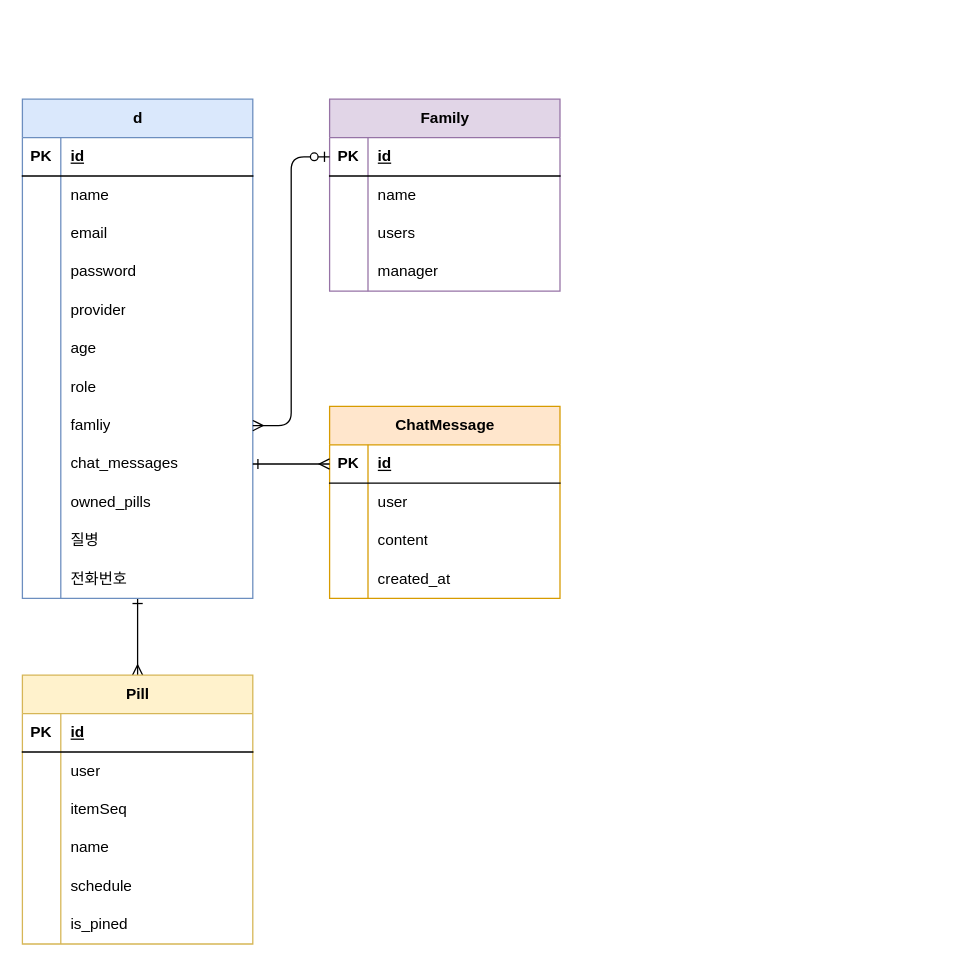
ssu-unithon/Pillink-Backend keeps this draw.io diagram as page "페이지-1" (1 of 3) of ERD.drawio. Above is the earlier version. Source tidied: cells renumbered, new cells numbered last; positions are measured from the earlier drawing's top-left corner, leaving out a move shared by most shapes. Both pictures are drawn from the tidied source at 128%, with x=0, y=0 at pixel (22, 99).
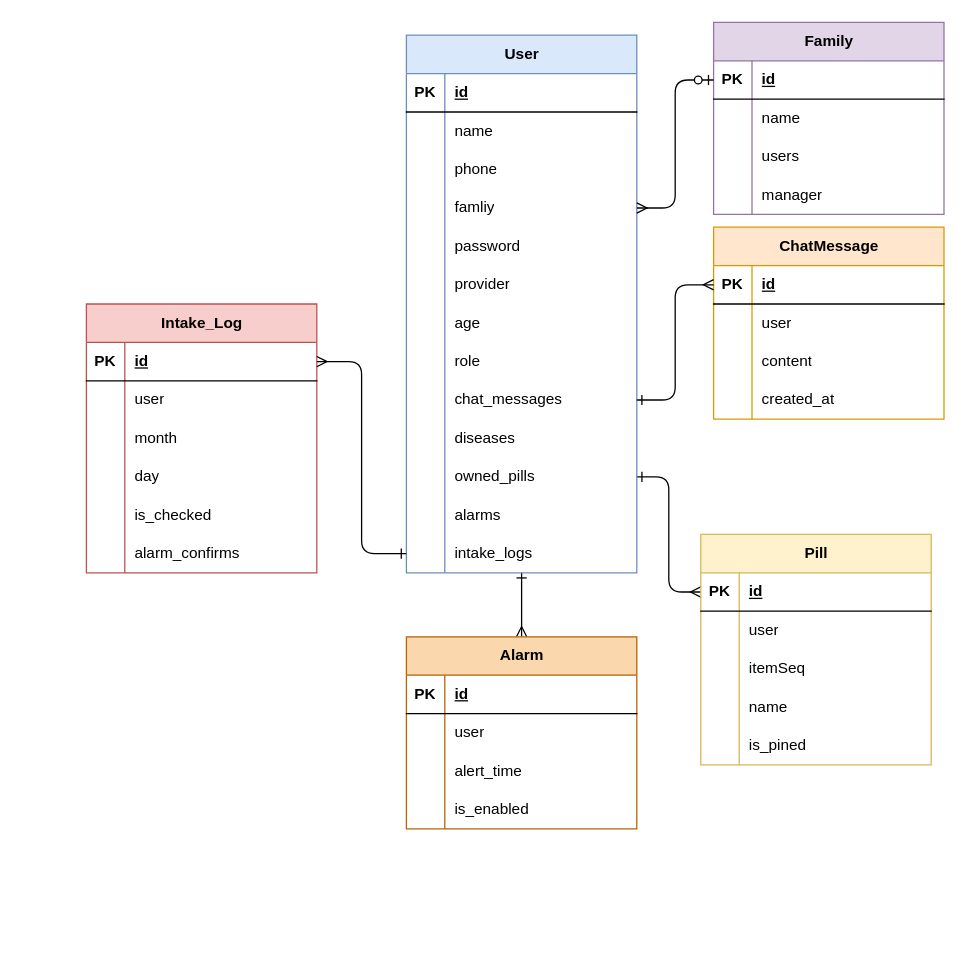
The same diagram, later.

Unchanged cells that the change refers to:
```xml
<mxCell id="10" style="shape=tableRow;horizontal=0;startSize=0;swimlaneHead=0;swimlaneBody=0;fillColor=none;top=0;left=0;right=0;bottom=0;labelBackgroundColor=none;rounded=0;" parent="3" vertex="1">
  <mxGeometry y="90" width="180" height="30" as="geometry" />
</mxCell>
<mxCell id="37" style="shape=tableRow;horizontal=0;startSize=0;swimlaneHead=0;swimlaneBody=0;fillColor=none;top=0;left=0;right=0;bottom=0;labelBackgroundColor=none;rounded=0;" parent="3" vertex="1">
  <mxGeometry y="360" width="180" height="30" as="geometry" />
</mxCell>
<mxCell id="41" style="shape=tableRow;horizontal=0;startSize=0;swimlaneHead=0;swimlaneBody=0;fillColor=none;points=[[0,0.5],[1,0.5]];portConstraint=eastwest;top=0;left=0;right=0;bottom=1;labelBackgroundColor=none;rounded=0;" parent="40" vertex="1">
  <mxGeometry y="30" width="180" height="30" as="geometry" />
</mxCell>
```

The edit, as a diff of the source:
```diff
@@
-    <mxCell id="2" style="edgeStyle=orthogonalEdgeStyle;jettySize=auto;html=1;exitX=0.5;exitY=1;exitDx=0;exitDy=0;entryX=0.5;entryY=0;entryDx=0;entryDy=0;fontColor=default;startArrow=ERone;startFill=0;endArrow=ERmany;endFill=0;labelBackgroundColor=none;" parent="1" edge="1" source="3" target="40">
+    <mxCell id="2" style="edgeStyle=orthogonalEdgeStyle;jettySize=auto;html=1;exitX=1;exitY=0.5;exitDx=0;exitDy=0;entryX=0;entryY=0.5;entryDx=0;entryDy=0;fontColor=default;startArrow=ERone;startFill=0;endArrow=ERmany;endFill=0;labelBackgroundColor=none;" parent="1" edge="1" source="31" target="41">
       <mxGeometry relative="1" as="geometry" />
     </mxCell>
+    <mxCell id="87" style="edgeStyle=orthogonalEdgeStyle;rounded=0;jettySize=auto;html=1;entryX=0.5;entryY=0;entryDx=0;entryDy=0;startArrow=ERone;startFill=0;endArrow=ERmany;endFill=0;" parent="1" edge="1" source="3" target="90">
+      <mxGeometry relative="1" as="geometry" />
+    </mxCell>
-    <mxCell id="3" value="d" style="shape=table;startSize=30;childLayout=tableLayout;rowLines=0;fontStyle=1;align=center;html=1;labelBackgroundColor=none;rounded=0;fillColor=#dae8fc;strokeColor=#6c8ebf;" parent="1" vertex="1">
-      <mxGeometry width="180" height="390" as="geometry" />
+    <mxCell id="3" value="User" style="shape=table;startSize=30;childLayout=tableLayout;rowLines=0;fontStyle=1;align=center;html=1;labelBackgroundColor=none;rounded=0;fillColor=#dae8fc;strokeColor=#6c8ebf;" parent="1" vertex="1">
+      <mxGeometry x="300" y="-50" width="180" height="420" as="geometry" />
     </mxCell>
@@
-    <mxCell id="12" value="email" style="shape=partialRectangle;fillColor=none;top=0;left=0;bottom=0;right=0;align=left;spacingLeft=6;overflow=hidden;whiteSpace=wrap;html=1;labelBackgroundColor=none;rounded=0;" parent="10" vertex="1">
+    <mxCell id="12" value="phone" style="shape=partialRectangle;fillColor=none;top=0;left=0;bottom=0;right=0;align=left;spacingLeft=6;overflow=hidden;whiteSpace=wrap;html=1;labelBackgroundColor=none;rounded=0;" parent="10" vertex="1">
       <mxGeometry x="30" width="150" height="30" as="geometry" />
     </mxCell>
+    <mxCell id="25" style="shape=tableRow;horizontal=0;startSize=0;swimlaneHead=0;swimlaneBody=0;fillColor=none;points=[[0,0.5],[1,0.5]];portConstraint=eastwest;top=0;left=0;right=0;bottom=0;labelBackgroundColor=none;rounded=0;" parent="3" vertex="1">
+      <mxGeometry y="120" width="180" height="30" as="geometry" />
+    </mxCell>
+    <mxCell id="26" style="shape=partialRectangle;fillColor=none;top=0;left=0;bottom=0;right=0;overflow=hidden;whiteSpace=wrap;html=1;labelBackgroundColor=none;rounded=0;" parent="25" vertex="1">
+      <mxGeometry width="30" height="30" as="geometry" />
+    </mxCell>
+    <mxCell id="27" value="famliy" style="shape=partialRectangle;fillColor=none;top=0;left=0;bottom=0;right=0;align=left;spacingLeft=6;overflow=hidden;whiteSpace=wrap;html=1;labelBackgroundColor=none;rounded=0;" parent="25" vertex="1">
+      <mxGeometry x="30" width="150" height="30" as="geometry" />
+    </mxCell>
     <mxCell id="13" style="shape=tableRow;horizontal=0;startSize=0;swimlaneHead=0;swimlaneBody=0;fillColor=none;top=0;left=0;right=0;bottom=0;labelBackgroundColor=none;rounded=0;" parent="3" vertex="1">
-      <mxGeometry y="120" width="180" height="30" as="geometry" />
+      <mxGeometry y="150" width="180" height="30" as="geometry" />
     </mxCell>
@@
     <mxCell id="16" style="shape=tableRow;horizontal=0;startSize=0;swimlaneHead=0;swimlaneBody=0;fillColor=none;top=0;left=0;right=0;bottom=0;labelBackgroundColor=none;rounded=0;" parent="3" vertex="1">
-      <mxGeometry y="150" width="180" height="30" as="geometry" />
+      <mxGeometry y="180" width="180" height="30" as="geometry" />
     </mxCell>
@@
     <mxCell id="19" style="shape=tableRow;horizontal=0;startSize=0;swimlaneHead=0;swimlaneBody=0;fillColor=none;top=0;left=0;right=0;bottom=0;labelBackgroundColor=none;rounded=0;" parent="3" vertex="1">
-      <mxGeometry y="180" width="180" height="30" as="geometry" />
+      <mxGeometry y="210" width="180" height="30" as="geometry" />
     </mxCell>
@@
     <mxCell id="22" style="shape=tableRow;horizontal=0;startSize=0;swimlaneHead=0;swimlaneBody=0;fillColor=none;top=0;left=0;right=0;bottom=0;labelBackgroundColor=none;rounded=0;" parent="3" vertex="1">
-      <mxGeometry y="210" width="180" height="30" as="geometry" />
+      <mxGeometry y="240" width="180" height="30" as="geometry" />
     </mxCell>
@@
-    <mxCell id="25" style="shape=tableRow;horizontal=0;startSize=0;swimlaneHead=0;swimlaneBody=0;fillColor=none;points=[[0,0.5],[1,0.5]];portConstraint=eastwest;top=0;left=0;right=0;bottom=0;labelBackgroundColor=none;rounded=0;" parent="3" vertex="1">
-      <mxGeometry y="240" width="180" height="30" as="geometry" />
-    </mxCell>
-    <mxCell id="26" style="shape=partialRectangle;fillColor=none;top=0;left=0;bottom=0;right=0;overflow=hidden;whiteSpace=wrap;html=1;labelBackgroundColor=none;rounded=0;" parent="25" vertex="1">
-      <mxGeometry width="30" height="30" as="geometry" />
-    </mxCell>
-    <mxCell id="27" value="famliy" style="shape=partialRectangle;fillColor=none;top=0;left=0;bottom=0;right=0;align=left;spacingLeft=6;overflow=hidden;whiteSpace=wrap;html=1;labelBackgroundColor=none;rounded=0;" parent="25" vertex="1">
-      <mxGeometry x="30" width="150" height="30" as="geometry" />
-    </mxCell>
@@
+    <mxCell id="34" style="shape=tableRow;horizontal=0;startSize=0;swimlaneHead=0;swimlaneBody=0;fillColor=none;top=0;left=0;right=0;bottom=0;labelBackgroundColor=none;rounded=0;" parent="3" vertex="1">
+      <mxGeometry y="300" width="180" height="30" as="geometry" />
+    </mxCell>
+    <mxCell id="35" style="shape=partialRectangle;fillColor=none;top=0;left=0;bottom=0;right=0;overflow=hidden;whiteSpace=wrap;html=1;labelBackgroundColor=none;rounded=0;" parent="34" vertex="1">
+      <mxGeometry width="30" height="30" as="geometry" />
+    </mxCell>
+    <mxCell id="36" value="diseases" style="shape=partialRectangle;fillColor=none;top=0;left=0;bottom=0;right=0;align=left;spacingLeft=6;overflow=hidden;whiteSpace=wrap;html=1;labelBackgroundColor=none;rounded=0;" parent="34" vertex="1">
+      <mxGeometry x="30" width="150" height="30" as="geometry" />
+    </mxCell>
     <mxCell id="31" style="shape=tableRow;horizontal=0;startSize=0;swimlaneHead=0;swimlaneBody=0;fillColor=none;points=[[0,0.5],[1,0.5]];portConstraint=eastwest;top=0;left=0;right=0;bottom=0;labelBackgroundColor=none;rounded=0;" parent="3" vertex="1">
-      <mxGeometry y="300" width="180" height="30" as="geometry" />
+      <mxGeometry y="330" width="180" height="30" as="geometry" />
     </mxCell>
@@
-    <mxCell id="34" style="shape=tableRow;horizontal=0;startSize=0;swimlaneHead=0;swimlaneBody=0;fillColor=none;top=0;left=0;right=0;bottom=0;labelBackgroundColor=none;rounded=0;" parent="3" vertex="1">
-      <mxGeometry y="330" width="180" height="30" as="geometry" />
-    </mxCell>
-    <mxCell id="35" style="shape=partialRectangle;fillColor=none;top=0;left=0;bottom=0;right=0;overflow=hidden;whiteSpace=wrap;html=1;labelBackgroundColor=none;rounded=0;" parent="34" vertex="1">
-      <mxGeometry width="30" height="30" as="geometry" />
-    </mxCell>
-    <mxCell id="36" value="질병" style="shape=partialRectangle;fillColor=none;top=0;left=0;bottom=0;right=0;align=left;spacingLeft=6;overflow=hidden;whiteSpace=wrap;html=1;labelBackgroundColor=none;rounded=0;" parent="34" vertex="1">
-      <mxGeometry x="30" width="150" height="30" as="geometry" />
-    </mxCell>
@@
-    <mxCell id="39" value="전화번호" style="shape=partialRectangle;fillColor=none;top=0;left=0;bottom=0;right=0;align=left;spacingLeft=6;overflow=hidden;whiteSpace=wrap;html=1;labelBackgroundColor=none;rounded=0;" parent="37" vertex="1">
+    <mxCell id="39" value="alarms" style="shape=partialRectangle;fillColor=none;top=0;left=0;bottom=0;right=0;align=left;spacingLeft=6;overflow=hidden;whiteSpace=wrap;html=1;labelBackgroundColor=none;rounded=0;" parent="37" vertex="1">
       <mxGeometry x="30" width="150" height="30" as="geometry" />
     </mxCell>
+    <mxCell id="88" style="shape=tableRow;horizontal=0;startSize=0;swimlaneHead=0;swimlaneBody=0;fillColor=none;points=[[0,0.5],[1,0.5]];portConstraint=eastwest;top=0;left=0;right=0;bottom=0;labelBackgroundColor=none;rounded=0;" parent="3" vertex="1">
+      <mxGeometry y="390" width="180" height="30" as="geometry" />
+    </mxCell>
+    <mxCell id="54" style="shape=partialRectangle;fillColor=none;top=0;left=0;bottom=0;right=0;overflow=hidden;whiteSpace=wrap;html=1;labelBackgroundColor=none;rounded=0;" parent="88" vertex="1">
+      <mxGeometry width="30" height="30" as="geometry" />
+    </mxCell>
+    <mxCell id="89" value="intake_logs" style="shape=partialRectangle;fillColor=none;top=0;left=0;bottom=0;right=0;align=left;spacingLeft=6;overflow=hidden;whiteSpace=wrap;html=1;labelBackgroundColor=none;rounded=0;" parent="88" vertex="1">
+      <mxGeometry x="30" width="150" height="30" as="geometry" />
+    </mxCell>
     <mxCell id="40" value="Pill" style="shape=table;startSize=30;childLayout=tableLayout;rowLines=0;fontStyle=1;align=center;html=1;labelBackgroundColor=none;rounded=0;fillColor=#fff2cc;strokeColor=#d6b656;" parent="1" vertex="1">
-      <mxGeometry y="450" width="180" height="210" as="geometry" />
+      <mxGeometry x="530" y="340" width="180" height="180" as="geometry" />
     </mxCell>
@@
-    <mxCell id="53" style="shape=tableRow;horizontal=0;startSize=0;swimlaneHead=0;swimlaneBody=0;fillColor=none;top=0;left=0;right=0;bottom=0;labelBackgroundColor=none;rounded=0;" parent="40" vertex="1">
-      <mxGeometry y="150" width="180" height="30" as="geometry" />
-    </mxCell>
-    <mxCell id="54" style="shape=partialRectangle;fillColor=none;top=0;left=0;bottom=0;right=0;overflow=hidden;whiteSpace=wrap;html=1;labelBackgroundColor=none;rounded=0;" parent="53" vertex="1">
-      <mxGeometry width="30" height="30" as="geometry" />
-    </mxCell>
-    <mxCell id="55" value="schedule" style="shape=partialRectangle;fillColor=none;top=0;left=0;bottom=0;right=0;align=left;spacingLeft=6;overflow=hidden;whiteSpace=wrap;html=1;labelBackgroundColor=none;rounded=0;" parent="53" vertex="1">
-      <mxGeometry x="30" width="150" height="30" as="geometry" />
-    </mxCell>
     <mxCell id="56" style="shape=tableRow;horizontal=0;startSize=0;swimlaneHead=0;swimlaneBody=0;fillColor=none;top=0;left=0;right=0;bottom=0;labelBackgroundColor=none;rounded=0;" parent="40" vertex="1">
-      <mxGeometry y="180" width="180" height="30" as="geometry" />
+      <mxGeometry y="150" width="180" height="30" as="geometry" />
     </mxCell>
@@
     <mxCell id="59" value="Famil&lt;span style=&quot;background-color: transparent; color: light-dark(rgb(0, 0, 0), rgb(255, 255, 255));&quot;&gt;y&lt;/span&gt;" style="shape=table;startSize=30;childLayout=tableLayout;rowLines=0;fontStyle=1;align=center;html=1;labelBackgroundColor=none;fillColor=#e1d5e7;strokeColor=#9673a6;" parent="1" vertex="1">
-      <mxGeometry x="240" width="180" height="150" as="geometry" />
+      <mxGeometry x="540" y="-60" width="180" height="150" as="geometry" />
     </mxCell>
@@
     <mxCell id="73" value="ChatMessage" style="shape=table;startSize=30;childLayout=tableLayout;rowLines=0;fontStyle=1;align=center;html=1;fillColor=#ffe6cc;strokeColor=#d79b00;" parent="1" vertex="1">
-      <mxGeometry x="240" y="240" width="180" height="150" as="geometry" />
+      <mxGeometry x="540" y="100" width="180" height="150" as="geometry" />
     </mxCell>
@@
+    <mxCell id="90" value="Alarm" style="shape=table;startSize=30;childLayout=tableLayout;rowLines=0;fontStyle=1;align=center;html=1;fillColor=#fad7ac;strokeColor=#b46504;" parent="1" vertex="1">
+      <mxGeometry x="300" y="420" width="180" height="150" as="geometry" />
+    </mxCell>
+    <mxCell id="91" style="shape=tableRow;horizontal=0;startSize=0;swimlaneHead=0;swimlaneBody=0;fillColor=none;top=0;left=0;right=0;bottom=1;" parent="90" vertex="1">
+      <mxGeometry y="30" width="180" height="30" as="geometry" />
+    </mxCell>
+    <mxCell id="92" value="PK" style="shape=partialRectangle;fillColor=none;top=0;left=0;bottom=0;right=0;fontStyle=1;overflow=hidden;whiteSpace=wrap;html=1;" parent="91" vertex="1">
+      <mxGeometry width="30" height="30" as="geometry" />
+    </mxCell>
+    <mxCell id="93" value="id" style="shape=partialRectangle;fillColor=none;top=0;left=0;bottom=0;right=0;align=left;spacingLeft=6;fontStyle=5;overflow=hidden;whiteSpace=wrap;html=1;" parent="91" vertex="1">
+      <mxGeometry x="30" width="150" height="30" as="geometry" />
+    </mxCell>
+    <mxCell id="94" style="shape=tableRow;horizontal=0;startSize=0;swimlaneHead=0;swimlaneBody=0;fillColor=none;top=0;left=0;right=0;bottom=0;" parent="90" vertex="1">
+      <mxGeometry y="60" width="180" height="30" as="geometry" />
+    </mxCell>
+    <mxCell id="95" style="shape=partialRectangle;fillColor=none;top=0;left=0;bottom=0;right=0;overflow=hidden;whiteSpace=wrap;html=1;" parent="94" vertex="1">
+      <mxGeometry width="30" height="30" as="geometry" />
+    </mxCell>
+    <mxCell id="96" value="user" style="shape=partialRectangle;fillColor=none;top=0;left=0;bottom=0;right=0;align=left;spacingLeft=6;overflow=hidden;whiteSpace=wrap;html=1;" parent="94" vertex="1">
+      <mxGeometry x="30" width="150" height="30" as="geometry" />
+    </mxCell>
+    <mxCell id="97" style="shape=tableRow;horizontal=0;startSize=0;swimlaneHead=0;swimlaneBody=0;fillColor=none;top=0;left=0;right=0;bottom=0;" parent="90" vertex="1">
+      <mxGeometry y="90" width="180" height="30" as="geometry" />
+    </mxCell>
+    <mxCell id="98" style="shape=partialRectangle;fillColor=none;top=0;left=0;bottom=0;right=0;overflow=hidden;whiteSpace=wrap;html=1;" parent="97" vertex="1">
+      <mxGeometry width="30" height="30" as="geometry" />
+    </mxCell>
+    <mxCell id="99" value="alert_time" style="shape=partialRectangle;fillColor=none;top=0;left=0;bottom=0;right=0;align=left;spacingLeft=6;overflow=hidden;whiteSpace=wrap;html=1;" parent="97" vertex="1">
+      <mxGeometry x="30" width="150" height="30" as="geometry" />
+    </mxCell>
+    <mxCell id="100" style="shape=tableRow;horizontal=0;startSize=0;swimlaneHead=0;swimlaneBody=0;fillColor=none;top=0;left=0;right=0;bottom=0;" parent="90" vertex="1">
+      <mxGeometry y="120" width="180" height="30" as="geometry" />
+    </mxCell>
+    <mxCell id="101" style="shape=partialRectangle;fillColor=none;top=0;left=0;bottom=0;right=0;overflow=hidden;whiteSpace=wrap;html=1;" parent="100" vertex="1">
+      <mxGeometry width="30" height="30" as="geometry" />
+    </mxCell>
+    <mxCell id="102" value="is_enabled" style="shape=partialRectangle;fillColor=none;top=0;left=0;bottom=0;right=0;align=left;spacingLeft=6;overflow=hidden;whiteSpace=wrap;html=1;" parent="100" vertex="1">
+      <mxGeometry x="30" width="150" height="30" as="geometry" />
+    </mxCell>
+    <mxCell id="103" value="Intake_Log" style="shape=table;startSize=30;childLayout=tableLayout;rowLines=0;fontStyle=1;align=center;html=1;fillColor=#f8cecc;strokeColor=#b85450;" parent="1" vertex="1">
+      <mxGeometry x="50" y="160" width="180" height="210" as="geometry" />
+    </mxCell>
+    <mxCell id="104" style="shape=tableRow;horizontal=0;startSize=0;swimlaneHead=0;swimlaneBody=0;fillColor=none;points=[[0,0.5],[1,0.5]];portConstraint=eastwest;top=0;left=0;right=0;bottom=1;" parent="103" vertex="1">
+      <mxGeometry y="30" width="180" height="30" as="geometry" />
+    </mxCell>
+    <mxCell id="105" value="PK" style="shape=partialRectangle;fillColor=none;top=0;left=0;bottom=0;right=0;fontStyle=1;overflow=hidden;whiteSpace=wrap;html=1;" parent="104" vertex="1">
+      <mxGeometry width="30" height="30" as="geometry" />
+    </mxCell>
+    <mxCell id="106" value="id" style="shape=partialRectangle;fillColor=none;top=0;left=0;bottom=0;right=0;align=left;spacingLeft=6;fontStyle=5;overflow=hidden;whiteSpace=wrap;html=1;" parent="104" vertex="1">
+      <mxGeometry x="30" width="150" height="30" as="geometry" />
+    </mxCell>
+    <mxCell id="107" style="shape=tableRow;horizontal=0;startSize=0;swimlaneHead=0;swimlaneBody=0;fillColor=none;top=0;left=0;right=0;bottom=0;" parent="103" vertex="1">
+      <mxGeometry y="60" width="180" height="30" as="geometry" />
+    </mxCell>
+    <mxCell id="108" style="shape=partialRectangle;fillColor=none;top=0;left=0;bottom=0;right=0;overflow=hidden;whiteSpace=wrap;html=1;" parent="107" vertex="1">
+      <mxGeometry width="30" height="30" as="geometry" />
+    </mxCell>
+    <mxCell id="109" value="user" style="shape=partialRectangle;fillColor=none;top=0;left=0;bottom=0;right=0;align=left;spacingLeft=6;overflow=hidden;whiteSpace=wrap;html=1;" parent="107" vertex="1">
+      <mxGeometry x="30" width="150" height="30" as="geometry" />
+    </mxCell>
+    <mxCell id="110" style="shape=tableRow;horizontal=0;startSize=0;swimlaneHead=0;swimlaneBody=0;fillColor=none;top=0;left=0;right=0;bottom=0;" parent="103" vertex="1">
+      <mxGeometry y="90" width="180" height="30" as="geometry" />
+    </mxCell>
+    <mxCell id="111" style="shape=partialRectangle;fillColor=none;top=0;left=0;bottom=0;right=0;overflow=hidden;whiteSpace=wrap;html=1;" parent="110" vertex="1">
+      <mxGeometry width="30" height="30" as="geometry" />
+    </mxCell>
+    <mxCell id="112" value="month" style="shape=partialRectangle;fillColor=none;top=0;left=0;bottom=0;right=0;align=left;spacingLeft=6;overflow=hidden;whiteSpace=wrap;html=1;" parent="110" vertex="1">
+      <mxGeometry x="30" width="150" height="30" as="geometry" />
+    </mxCell>
+    <mxCell id="113" style="shape=tableRow;horizontal=0;startSize=0;swimlaneHead=0;swimlaneBody=0;fillColor=none;top=0;left=0;right=0;bottom=0;" parent="103" vertex="1">
+      <mxGeometry y="120" width="180" height="30" as="geometry" />
+    </mxCell>
+    <mxCell id="114" style="shape=partialRectangle;fillColor=none;top=0;left=0;bottom=0;right=0;overflow=hidden;whiteSpace=wrap;html=1;" parent="113" vertex="1">
+      <mxGeometry width="30" height="30" as="geometry" />
+    </mxCell>
+    <mxCell id="115" value="day" style="shape=partialRectangle;fillColor=none;top=0;left=0;bottom=0;right=0;align=left;spacingLeft=6;overflow=hidden;whiteSpace=wrap;html=1;" parent="113" vertex="1">
+      <mxGeometry x="30" width="150" height="30" as="geometry" />
+    </mxCell>
+    <mxCell id="116" style="shape=tableRow;horizontal=0;startSize=0;swimlaneHead=0;swimlaneBody=0;fillColor=none;top=0;left=0;right=0;bottom=0;" parent="103" vertex="1">
+      <mxGeometry y="150" width="180" height="30" as="geometry" />
+    </mxCell>
+    <mxCell id="117" style="shape=partialRectangle;fillColor=none;top=0;left=0;bottom=0;right=0;overflow=hidden;whiteSpace=wrap;html=1;" parent="116" vertex="1">
+      <mxGeometry width="30" height="30" as="geometry" />
+    </mxCell>
+    <mxCell id="118" value="is_checked" style="shape=partialRectangle;fillColor=none;top=0;left=0;bottom=0;right=0;align=left;spacingLeft=6;overflow=hidden;whiteSpace=wrap;html=1;" parent="116" vertex="1">
+      <mxGeometry x="30" width="150" height="30" as="geometry" />
+    </mxCell>
+    <mxCell id="119" style="shape=tableRow;horizontal=0;startSize=0;swimlaneHead=0;swimlaneBody=0;fillColor=none;top=0;left=0;right=0;bottom=0;" parent="103" vertex="1">
+      <mxGeometry y="180" width="180" height="30" as="geometry" />
+    </mxCell>
+    <mxCell id="120" style="shape=partialRectangle;fillColor=none;top=0;left=0;bottom=0;right=0;overflow=hidden;whiteSpace=wrap;html=1;" parent="119" vertex="1">
+      <mxGeometry width="30" height="30" as="geometry" />
+    </mxCell>
+    <mxCell id="121" value="alarm_confirms" style="shape=partialRectangle;fillColor=none;top=0;left=0;bottom=0;right=0;align=left;spacingLeft=6;overflow=hidden;whiteSpace=wrap;html=1;" parent="119" vertex="1">
+      <mxGeometry x="30" width="150" height="30" as="geometry" />
+    </mxCell>
+    <mxCell id="122" style="edgeStyle=orthogonalEdgeStyle;rounded=1;jettySize=auto;html=1;entryX=1;entryY=0.5;entryDx=0;entryDy=0;endArrow=ERmany;endFill=0;startArrow=ERone;startFill=0;curved=0;" parent="1" edge="1" source="88" target="104">
+      <mxGeometry relative="1" as="geometry" />
+    </mxCell>
```
